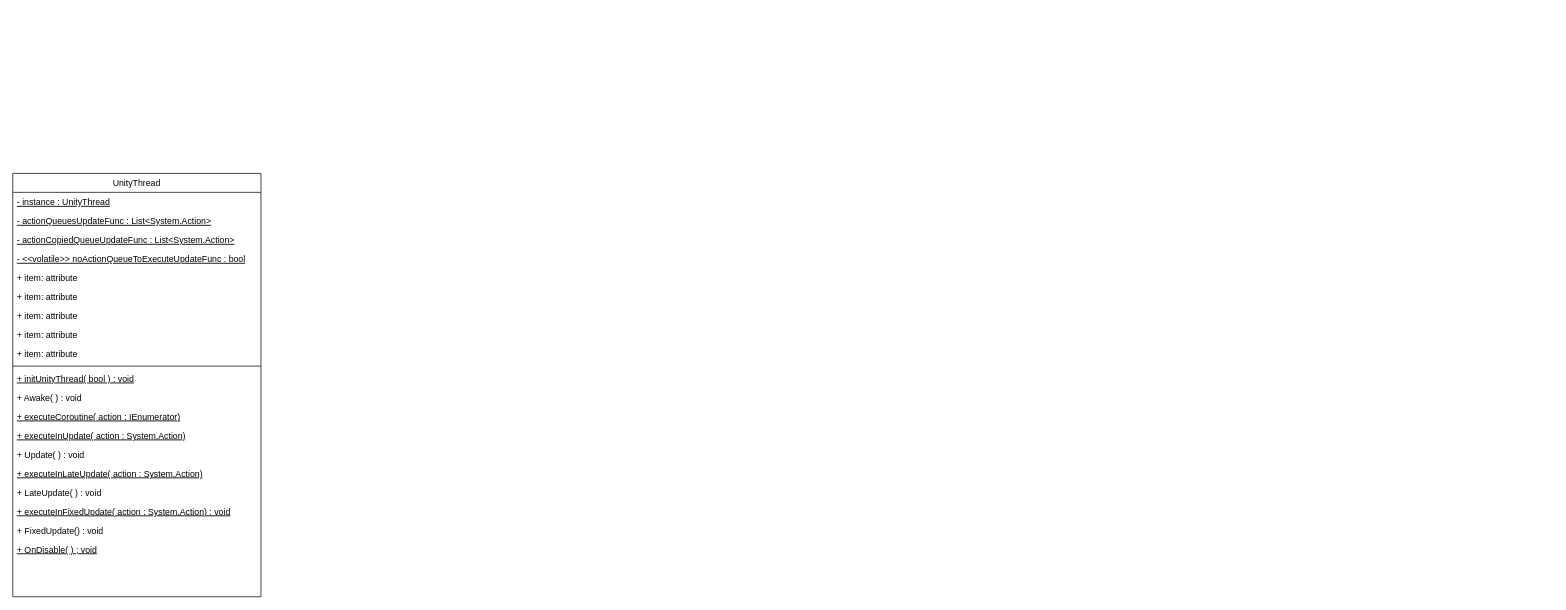
Earlier version of the draw.io diagram Documentation/Diagrams/DrawIo/UnityGeckoView.drawio (xrchisense/xrevent-broadcaster-unity). Source tidied: cells renumbered, new cells numbered last; positions are measured from the earlier drawing's top-left corner, leaving out a move shared by most shapes. Both pictures are drawn from the tidied source at 73%, with x=0, y=0 at pixel (12, 173).
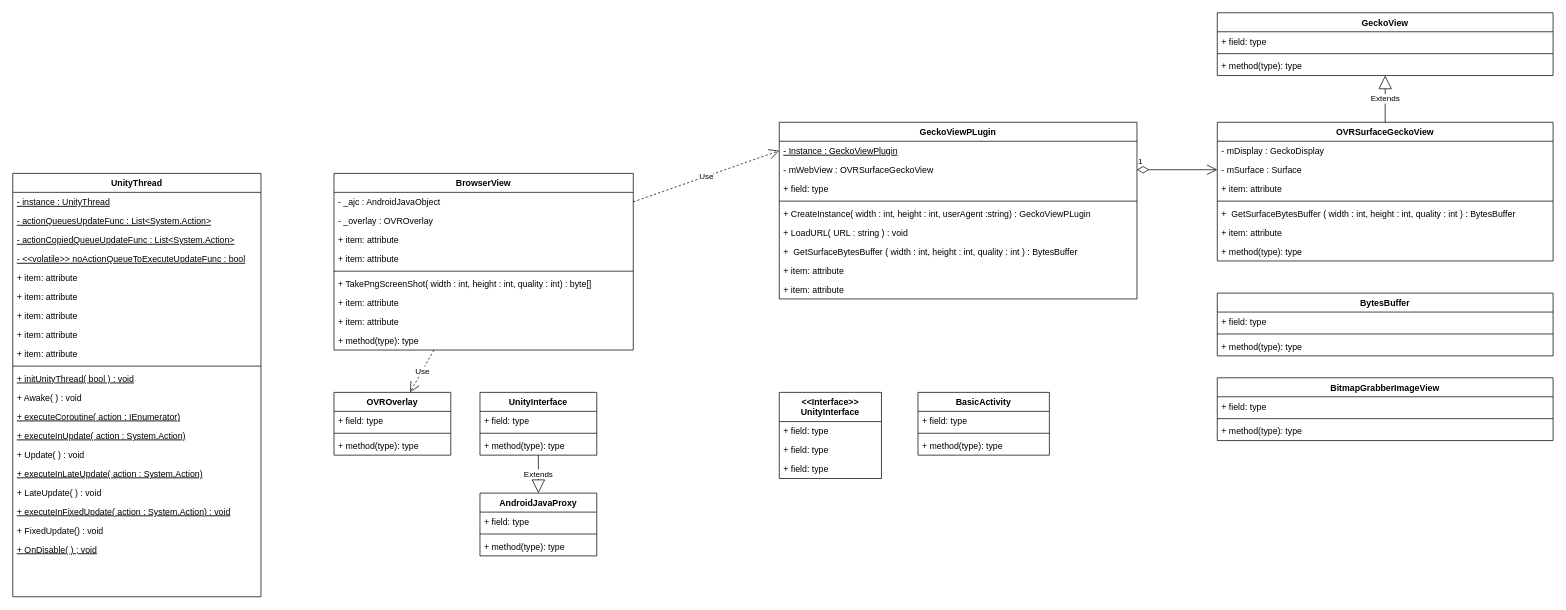
Above is the later version.

Change to the diagram source:
```diff
@@
-    <mxCell id="2" value="UnityThread" style="swimlane;fontStyle=0;align=center;verticalAlign=top;horizontal=1;startSize=26;rounded=0;shadow=0;strokeWidth=1;" parent="1" vertex="1">
+    <mxCell id="2" value="UnityThread" style="swimlane;fontStyle=1;align=center;verticalAlign=top;horizontal=1;startSize=26;rounded=0;shadow=0;strokeWidth=1;" parent="1" vertex="1">
       <mxGeometry width="340" height="580" as="geometry" />
     </mxCell>
@@
+    <mxCell id="23" value="BrowserView" style="swimlane;fontStyle=1;align=center;verticalAlign=top;horizontal=1;startSize=26;" parent="1" vertex="1">
+      <mxGeometry x="440" width="410" height="242" as="geometry" />
+    </mxCell>
+    <mxCell id="24" value="- _ajc : AndroidJavaObject" style="text;strokeColor=none;fillColor=none;align=left;verticalAlign=top;spacingLeft=4;spacingRight=4;overflow=hidden;points=[[0,0.5],[1,0.5]];portConstraint=eastwest;" parent="23" vertex="1">
+      <mxGeometry y="26" width="410" height="26" as="geometry" />
+    </mxCell>
+    <mxCell id="25" value="- _overlay : OVROverlay" style="text;strokeColor=none;fillColor=none;align=left;verticalAlign=top;spacingLeft=4;spacingRight=4;overflow=hidden;" parent="23" vertex="1">
+      <mxGeometry y="52" width="410" height="26" as="geometry" />
+    </mxCell>
+    <mxCell id="26" value="+ item: attribute" style="text;strokeColor=none;fillColor=none;align=left;verticalAlign=top;spacingLeft=4;spacingRight=4;overflow=hidden;" parent="23" vertex="1">
+      <mxGeometry y="78" width="410" height="26" as="geometry" />
+    </mxCell>
+    <mxCell id="27" value="+ item: attribute" style="text;strokeColor=none;fillColor=none;align=left;verticalAlign=top;spacingLeft=4;spacingRight=4;overflow=hidden;" parent="23" vertex="1">
+      <mxGeometry y="104" width="410" height="26" as="geometry" />
+    </mxCell>
+    <mxCell id="28" style="line;strokeWidth=1;fillColor=none;align=left;verticalAlign=middle;spacingTop=-1;spacingLeft=3;spacingRight=3;labelPosition=right;strokeColor=inherit;" parent="23" vertex="1">
+      <mxGeometry y="130" width="410" height="8" as="geometry" />
+    </mxCell>
+    <mxCell id="29" value="+ TakePngScreenShot( width : int, height : int, quality : int) : byte[]" style="text;strokeColor=none;fillColor=none;align=left;verticalAlign=top;spacingLeft=4;spacingRight=4;overflow=hidden;" parent="23" vertex="1">
+      <mxGeometry y="138" width="410" height="26" as="geometry" />
+    </mxCell>
+    <mxCell id="30" value="+ item: attribute" style="text;strokeColor=none;fillColor=none;align=left;verticalAlign=top;spacingLeft=4;spacingRight=4;overflow=hidden;" parent="23" vertex="1">
+      <mxGeometry y="164" width="410" height="26" as="geometry" />
+    </mxCell>
+    <mxCell id="31" value="+ item: attribute" style="text;strokeColor=none;fillColor=none;align=left;verticalAlign=top;spacingLeft=4;spacingRight=4;overflow=hidden;" parent="23" vertex="1">
+      <mxGeometry y="190" width="410" height="26" as="geometry" />
+    </mxCell>
+    <mxCell id="32" value="+ method(type): type" style="text;strokeColor=none;fillColor=none;align=left;verticalAlign=top;spacingLeft=4;spacingRight=4;overflow=hidden;" parent="23" vertex="1">
+      <mxGeometry y="216" width="410" height="26" as="geometry" />
+    </mxCell>
+    <mxCell id="33" value="GeckoViewPLugin" style="swimlane;fontStyle=1;align=center;verticalAlign=top;horizontal=1;startSize=26;" parent="1" vertex="1">
+      <mxGeometry x="1050" y="-70" width="490" height="242" as="geometry" />
+    </mxCell>
+    <mxCell id="34" value="- Instance : GeckoViewPlugin" style="text;strokeColor=none;fillColor=none;align=left;verticalAlign=top;spacingLeft=4;spacingRight=4;overflow=hidden;points=[[0,0.5],[1,0.5]];portConstraint=eastwest;fontStyle=4;" parent="33" vertex="1">
+      <mxGeometry y="26" width="490" height="26" as="geometry" />
+    </mxCell>
+    <mxCell id="35" value="- mWebView : OVRSurfaceGeckoView" style="text;strokeColor=none;fillColor=none;align=left;verticalAlign=top;spacingLeft=4;spacingRight=4;overflow=hidden;points=[[0,0.5],[1,0.5]];portConstraint=eastwest;" parent="33" vertex="1">
+      <mxGeometry y="52" width="490" height="26" as="geometry" />
+    </mxCell>
+    <mxCell id="36" value="+ field: type" style="text;strokeColor=none;fillColor=none;align=left;verticalAlign=top;spacingLeft=4;spacingRight=4;overflow=hidden;" parent="33" vertex="1">
+      <mxGeometry y="78" width="490" height="26" as="geometry" />
+    </mxCell>
+    <mxCell id="37" style="line;strokeWidth=1;fillColor=none;align=left;verticalAlign=middle;spacingTop=-1;spacingLeft=3;spacingRight=3;labelPosition=right;strokeColor=inherit;" parent="33" vertex="1">
+      <mxGeometry y="104" width="490" height="8" as="geometry" />
+    </mxCell>
+    <mxCell id="38" value="+ CreateInstance( width : int, height : int, userAgent :string) : GeckoViewPLugin" style="text;strokeColor=none;fillColor=none;align=left;verticalAlign=top;spacingLeft=4;spacingRight=4;overflow=hidden;" parent="33" vertex="1">
+      <mxGeometry y="112" width="490" height="26" as="geometry" />
+    </mxCell>
+    <mxCell id="39" value="+ LoadURL( URL : string ) : void" style="text;strokeColor=none;fillColor=none;align=left;verticalAlign=top;spacingLeft=4;spacingRight=4;overflow=hidden;" parent="33" vertex="1">
+      <mxGeometry y="138" width="490" height="26" as="geometry" />
+    </mxCell>
+    <mxCell id="40" value="+  GetSurfaceBytesBuffer ( width : int, height : int, quality : int ) : BytesBuffer" style="text;strokeColor=none;fillColor=none;align=left;verticalAlign=top;spacingLeft=4;spacingRight=4;overflow=hidden;" parent="33" vertex="1">
+      <mxGeometry y="164" width="490" height="26" as="geometry" />
+    </mxCell>
+    <mxCell id="41" value="+ item: attribute" style="text;strokeColor=none;fillColor=none;align=left;verticalAlign=top;spacingLeft=4;spacingRight=4;overflow=hidden;" parent="33" vertex="1">
+      <mxGeometry y="190" width="490" height="26" as="geometry" />
+    </mxCell>
+    <mxCell id="42" value="+ item: attribute" style="text;strokeColor=none;fillColor=none;align=left;verticalAlign=top;spacingLeft=4;spacingRight=4;overflow=hidden;" parent="33" vertex="1">
+      <mxGeometry y="216" width="490" height="26" as="geometry" />
+    </mxCell>
+    <mxCell id="43" value="OVROverlay" style="swimlane;fontStyle=1;align=center;verticalAlign=top;horizontal=1;startSize=26;" parent="1" vertex="1">
+      <mxGeometry x="440" y="300" width="160" height="86" as="geometry" />
+    </mxCell>
+    <mxCell id="44" value="+ field: type" style="text;strokeColor=none;fillColor=none;align=left;verticalAlign=top;spacingLeft=4;spacingRight=4;overflow=hidden;" parent="43" vertex="1">
+      <mxGeometry y="26" width="160" height="26" as="geometry" />
+    </mxCell>
+    <mxCell id="45" style="line;strokeWidth=1;fillColor=none;align=left;verticalAlign=middle;spacingTop=-1;spacingLeft=3;spacingRight=3;labelPosition=right;strokeColor=inherit;" parent="43" vertex="1">
+      <mxGeometry y="52" width="160" height="8" as="geometry" />
+    </mxCell>
+    <mxCell id="46" value="+ method(type): type" style="text;strokeColor=none;fillColor=none;align=left;verticalAlign=top;spacingLeft=4;spacingRight=4;overflow=hidden;" parent="43" vertex="1">
+      <mxGeometry y="60" width="160" height="26" as="geometry" />
+    </mxCell>
+    <mxCell id="47" value="Use" style="endArrow=open;endSize=12;dashed=1;html=1;rounded=0;" parent="1" edge="1" source="23" target="43">
+      <mxGeometry relative="1" as="geometry" />
+    </mxCell>
+    <mxCell id="48" value="Use" style="endArrow=open;endSize=12;dashed=1;html=1;rounded=0;entryX=0;entryY=0.5;entryDx=0;entryDy=0;exitX=1;exitY=0.5;exitDx=0;exitDy=0;" parent="1" edge="1" source="24" target="34">
+      <mxGeometry relative="1" as="geometry" />
+    </mxCell>
+    <mxCell id="49" value="OVRSurfaceGeckoView" style="swimlane;fontStyle=1;align=center;verticalAlign=top;horizontal=1;startSize=26;" parent="1" vertex="1">
+      <mxGeometry x="1650" y="-70" width="460" height="190" as="geometry" />
+    </mxCell>
+    <mxCell id="50" value="- mDisplay : GeckoDisplay" style="text;strokeColor=none;fillColor=none;align=left;verticalAlign=top;spacingLeft=4;spacingRight=4;overflow=hidden;" parent="49" vertex="1">
+      <mxGeometry y="26" width="460" height="26" as="geometry" />
+    </mxCell>
+    <mxCell id="51" value="- mSurface : Surface" style="text;strokeColor=none;fillColor=none;align=left;verticalAlign=top;spacingLeft=4;spacingRight=4;overflow=hidden;points=[[0,0.5],[1,0.5]];portConstraint=eastwest;" parent="49" vertex="1">
+      <mxGeometry y="52" width="460" height="26" as="geometry" />
+    </mxCell>
+    <mxCell id="52" value="+ item: attribute" style="text;strokeColor=none;fillColor=none;align=left;verticalAlign=top;spacingLeft=4;spacingRight=4;overflow=hidden;" parent="49" vertex="1">
+      <mxGeometry y="78" width="460" height="26" as="geometry" />
+    </mxCell>
+    <mxCell id="53" style="line;strokeWidth=1;fillColor=none;align=left;verticalAlign=middle;spacingTop=-1;spacingLeft=3;spacingRight=3;labelPosition=right;strokeColor=inherit;" parent="49" vertex="1">
+      <mxGeometry y="104" width="460" height="8" as="geometry" />
+    </mxCell>
+    <mxCell id="54" value="+  GetSurfaceBytesBuffer ( width : int, height : int, quality : int ) : BytesBuffer" style="text;strokeColor=none;fillColor=none;align=left;verticalAlign=top;spacingLeft=4;spacingRight=4;overflow=hidden;" parent="49" vertex="1">
+      <mxGeometry y="112" width="460" height="26" as="geometry" />
+    </mxCell>
+    <mxCell id="55" value="+ item: attribute" style="text;strokeColor=none;fillColor=none;align=left;verticalAlign=top;spacingLeft=4;spacingRight=4;overflow=hidden;" parent="49" vertex="1">
+      <mxGeometry y="138" width="460" height="26" as="geometry" />
+    </mxCell>
+    <mxCell id="56" value="+ method(type): type" style="text;strokeColor=none;fillColor=none;align=left;verticalAlign=top;spacingLeft=4;spacingRight=4;overflow=hidden;" parent="49" vertex="1">
+      <mxGeometry y="164" width="460" height="26" as="geometry" />
+    </mxCell>
+    <mxCell id="57" value="1" style="endArrow=open;html=1;endSize=12;startArrow=diamondThin;startSize=14;startFill=0;align=left;verticalAlign=bottom;rounded=0;exitX=1;exitY=0.5;exitDx=0;exitDy=0;entryX=0;entryY=0.5;entryDx=0;entryDy=0;" parent="1" edge="1" source="35" target="51">
+      <mxGeometry x="-1" y="3" relative="1" as="geometry" />
+    </mxCell>
+    <mxCell id="58" value="GeckoView" style="swimlane;fontStyle=1;align=center;verticalAlign=top;horizontal=1;startSize=26;" parent="1" vertex="1">
+      <mxGeometry x="1650" y="-220" width="460" height="86" as="geometry" />
+    </mxCell>
+    <mxCell id="59" value="+ field: type" style="text;strokeColor=none;fillColor=none;align=left;verticalAlign=top;spacingLeft=4;spacingRight=4;overflow=hidden;" parent="58" vertex="1">
+      <mxGeometry y="26" width="460" height="26" as="geometry" />
+    </mxCell>
+    <mxCell id="60" style="line;strokeWidth=1;fillColor=none;align=left;verticalAlign=middle;spacingTop=-1;spacingLeft=3;spacingRight=3;labelPosition=right;strokeColor=inherit;" parent="58" vertex="1">
+      <mxGeometry y="52" width="460" height="8" as="geometry" />
+    </mxCell>
+    <mxCell id="61" value="+ method(type): type" style="text;strokeColor=none;fillColor=none;align=left;verticalAlign=top;spacingLeft=4;spacingRight=4;overflow=hidden;" parent="58" vertex="1">
+      <mxGeometry y="60" width="460" height="26" as="geometry" />
+    </mxCell>
+    <mxCell id="62" value="Extends" style="endArrow=block;endSize=16;endFill=0;html=1;rounded=0;" parent="1" edge="1" source="49" target="58">
+      <mxGeometry relative="1" as="geometry" />
+    </mxCell>
+    <mxCell id="63" value="BytesBuffer" style="swimlane;fontStyle=1;align=center;verticalAlign=top;horizontal=1;startSize=26;" parent="1" vertex="1">
+      <mxGeometry x="1650" y="164" width="460" height="86" as="geometry" />
+    </mxCell>
+    <mxCell id="64" value="+ field: type" style="text;strokeColor=none;fillColor=none;align=left;verticalAlign=top;spacingLeft=4;spacingRight=4;overflow=hidden;" parent="63" vertex="1">
+      <mxGeometry y="26" width="460" height="26" as="geometry" />
+    </mxCell>
+    <mxCell id="65" style="line;strokeWidth=1;fillColor=none;align=left;verticalAlign=middle;spacingTop=-1;spacingLeft=3;spacingRight=3;labelPosition=right;strokeColor=inherit;" parent="63" vertex="1">
+      <mxGeometry y="52" width="460" height="8" as="geometry" />
+    </mxCell>
+    <mxCell id="66" value="+ method(type): type" style="text;strokeColor=none;fillColor=none;align=left;verticalAlign=top;spacingLeft=4;spacingRight=4;overflow=hidden;" parent="63" vertex="1">
+      <mxGeometry y="60" width="460" height="26" as="geometry" />
+    </mxCell>
+    <mxCell id="67" value="BasicActivity" style="swimlane;fontStyle=1;align=center;verticalAlign=top;horizontal=1;startSize=26;" parent="1" vertex="1">
+      <mxGeometry x="1240" y="300" width="180" height="86" as="geometry" />
+    </mxCell>
+    <mxCell id="68" value="+ field: type" style="text;strokeColor=none;fillColor=none;align=left;verticalAlign=top;spacingLeft=4;spacingRight=4;overflow=hidden;" parent="67" vertex="1">
+      <mxGeometry y="26" width="180" height="26" as="geometry" />
+    </mxCell>
+    <mxCell id="69" style="line;strokeWidth=1;fillColor=none;align=left;verticalAlign=middle;spacingTop=-1;spacingLeft=3;spacingRight=3;labelPosition=right;strokeColor=inherit;" parent="67" vertex="1">
+      <mxGeometry y="52" width="180" height="8" as="geometry" />
+    </mxCell>
+    <mxCell id="70" value="+ method(type): type" style="text;strokeColor=none;fillColor=none;align=left;verticalAlign=top;spacingLeft=4;spacingRight=4;overflow=hidden;" parent="67" vertex="1">
+      <mxGeometry y="60" width="180" height="26" as="geometry" />
+    </mxCell>
+    <mxCell id="71" value="BitmapGrabberImageView" style="swimlane;fontStyle=1;align=center;verticalAlign=top;horizontal=1;startSize=26;" parent="1" vertex="1">
+      <mxGeometry x="1650" y="280" width="460" height="86" as="geometry" />
+    </mxCell>
+    <mxCell id="72" value="+ field: type" style="text;strokeColor=none;fillColor=none;align=left;verticalAlign=top;spacingLeft=4;spacingRight=4;overflow=hidden;" parent="71" vertex="1">
+      <mxGeometry y="26" width="460" height="26" as="geometry" />
+    </mxCell>
+    <mxCell id="73" style="line;strokeWidth=1;fillColor=none;align=left;verticalAlign=middle;spacingTop=-1;spacingLeft=3;spacingRight=3;labelPosition=right;strokeColor=inherit;" parent="71" vertex="1">
+      <mxGeometry y="52" width="460" height="8" as="geometry" />
+    </mxCell>
+    <mxCell id="74" value="+ method(type): type" style="text;strokeColor=none;fillColor=none;align=left;verticalAlign=top;spacingLeft=4;spacingRight=4;overflow=hidden;" parent="71" vertex="1">
+      <mxGeometry y="60" width="460" height="26" as="geometry" />
+    </mxCell>
+    <mxCell id="75" value="UnityInterface" style="swimlane;fontStyle=1;align=center;verticalAlign=top;horizontal=1;startSize=26;" parent="1" vertex="1">
+      <mxGeometry x="640" y="300" width="160" height="86" as="geometry" />
+    </mxCell>
+    <mxCell id="76" value="+ field: type" style="text;strokeColor=none;fillColor=none;align=left;verticalAlign=top;spacingLeft=4;spacingRight=4;overflow=hidden;" parent="75" vertex="1">
+      <mxGeometry y="26" width="160" height="26" as="geometry" />
+    </mxCell>
+    <mxCell id="77" style="line;strokeWidth=1;fillColor=none;align=left;verticalAlign=middle;spacingTop=-1;spacingLeft=3;spacingRight=3;labelPosition=right;strokeColor=inherit;" parent="75" vertex="1">
+      <mxGeometry y="52" width="160" height="8" as="geometry" />
+    </mxCell>
+    <mxCell id="78" value="+ method(type): type" style="text;strokeColor=none;fillColor=none;align=left;verticalAlign=top;spacingLeft=4;spacingRight=4;overflow=hidden;" parent="75" vertex="1">
+      <mxGeometry y="60" width="160" height="26" as="geometry" />
+    </mxCell>
+    <mxCell id="79" value="AndroidJavaProxy" style="swimlane;fontStyle=1;align=center;verticalAlign=top;horizontal=1;startSize=26;" parent="1" vertex="1">
+      <mxGeometry x="640" y="438" width="160" height="86" as="geometry" />
+    </mxCell>
+    <mxCell id="80" value="+ field: type" style="text;strokeColor=none;fillColor=none;align=left;verticalAlign=top;spacingLeft=4;spacingRight=4;overflow=hidden;" parent="79" vertex="1">
+      <mxGeometry y="26" width="160" height="26" as="geometry" />
+    </mxCell>
+    <mxCell id="81" style="line;strokeWidth=1;fillColor=none;align=left;verticalAlign=middle;spacingTop=-1;spacingLeft=3;spacingRight=3;labelPosition=right;strokeColor=inherit;" parent="79" vertex="1">
+      <mxGeometry y="52" width="160" height="8" as="geometry" />
+    </mxCell>
+    <mxCell id="82" value="+ method(type): type" style="text;strokeColor=none;fillColor=none;align=left;verticalAlign=top;spacingLeft=4;spacingRight=4;overflow=hidden;" parent="79" vertex="1">
+      <mxGeometry y="60" width="160" height="26" as="geometry" />
+    </mxCell>
+    <mxCell id="83" value="Extends" style="endArrow=block;endSize=16;endFill=0;html=1;rounded=0;" parent="1" edge="1" source="75" target="79">
+      <mxGeometry relative="1" as="geometry" />
+    </mxCell>
+    <mxCell id="84" value="&lt;&lt;Interface&gt;&gt;&#10;UnityInterface" style="swimlane;fontStyle=1;horizontal=1;startSize=40;fillColor=none;" parent="1" vertex="1">
+      <mxGeometry x="1050" y="300" width="140" height="118" as="geometry" />
+    </mxCell>
+    <mxCell id="85" value="+ field: type" style="text;strokeColor=none;fillColor=none;align=left;verticalAlign=top;spacingLeft=4;spacingRight=4;overflow=hidden;" parent="84" vertex="1">
+      <mxGeometry y="40" width="140" height="26" as="geometry" />
+    </mxCell>
+    <mxCell id="86" value="+ field: type" style="text;strokeColor=none;fillColor=none;align=left;verticalAlign=top;spacingLeft=4;spacingRight=4;overflow=hidden;" parent="84" vertex="1">
+      <mxGeometry y="66" width="140" height="26" as="geometry" />
+    </mxCell>
+    <mxCell id="87" value="+ field: type" style="text;strokeColor=none;fillColor=none;align=left;verticalAlign=top;spacingLeft=4;spacingRight=4;overflow=hidden;" parent="84" vertex="1">
+      <mxGeometry y="92" width="140" height="26" as="geometry" />
+    </mxCell>
```
